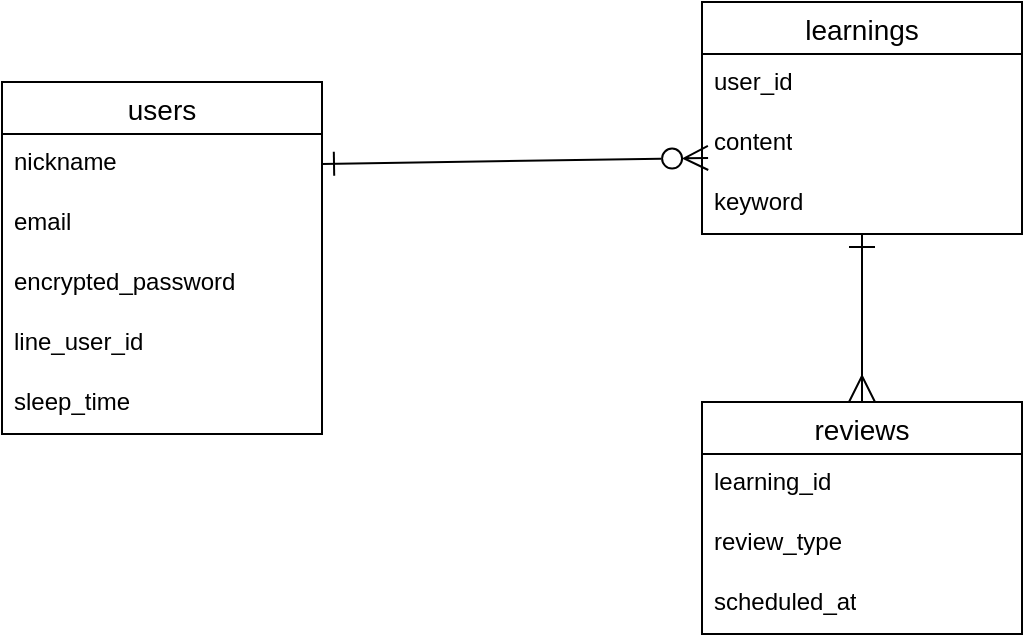
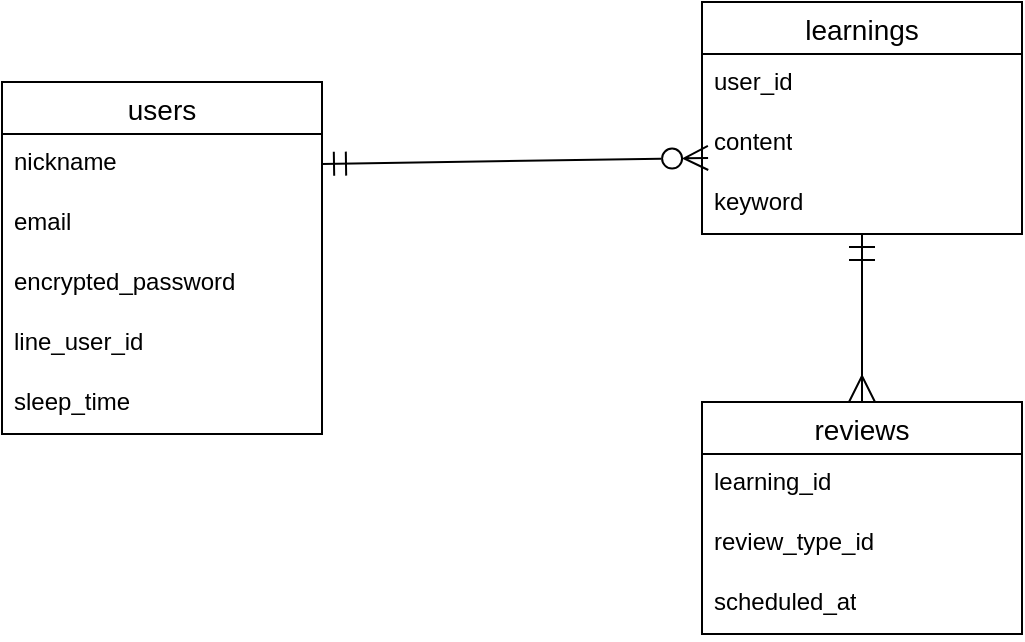
<mxfile host="65bd71144e">
    <diagram id="5Cexje9QoT6ilbC57t8d" name="ページ1">
-         <mxGraphModel dx="936" dy="310" grid="1" gridSize="10" guides="1" tooltips="1" connect="1" arrows="1" fold="1" page="1" pageScale="1" pageWidth="827" pageHeight="1169" math="0" shadow="0">
+         <mxGraphModel dx="258" dy="310" grid="1" gridSize="10" guides="1" tooltips="1" connect="1" arrows="1" fold="1" page="1" pageScale="1" pageWidth="827" pageHeight="1169" math="0" shadow="0">
            <root>
                <mxCell id="0"/>
                <mxCell id="1" parent="0"/>
                <mxCell id="2" value="users" style="swimlane;fontStyle=0;childLayout=stackLayout;horizontal=1;startSize=26;horizontalStack=0;resizeParent=1;resizeParentMax=0;resizeLast=0;collapsible=1;marginBottom=0;align=center;fontSize=14;" parent="1" vertex="1">
                    <mxGeometry x="40" y="160" width="160" height="176" as="geometry"/>
                </mxCell>
                <mxCell id="3" value="nickname" style="text;strokeColor=none;fillColor=none;spacingLeft=4;spacingRight=4;overflow=hidden;rotatable=0;points=[[0,0.5],[1,0.5]];portConstraint=eastwest;fontSize=12;whiteSpace=wrap;html=1;" parent="2" vertex="1">
                    <mxGeometry y="26" width="160" height="30" as="geometry"/>
                </mxCell>
                <mxCell id="4" value="email" style="text;strokeColor=none;fillColor=none;spacingLeft=4;spacingRight=4;overflow=hidden;rotatable=0;points=[[0,0.5],[1,0.5]];portConstraint=eastwest;fontSize=12;whiteSpace=wrap;html=1;" parent="2" vertex="1">
                    <mxGeometry y="56" width="160" height="30" as="geometry"/>
                </mxCell>
                <mxCell id="5" value="encrypted_password" style="text;strokeColor=none;fillColor=none;spacingLeft=4;spacingRight=4;overflow=hidden;rotatable=0;points=[[0,0.5],[1,0.5]];portConstraint=eastwest;fontSize=12;whiteSpace=wrap;html=1;" parent="2" vertex="1">
                    <mxGeometry y="86" width="160" height="30" as="geometry"/>
                </mxCell>
                <mxCell id="6" value="line_user_id" style="text;strokeColor=none;fillColor=none;spacingLeft=4;spacingRight=4;overflow=hidden;rotatable=0;points=[[0,0.5],[1,0.5]];portConstraint=eastwest;fontSize=12;whiteSpace=wrap;html=1;" parent="2" vertex="1">
                    <mxGeometry y="116" width="160" height="30" as="geometry"/>
                </mxCell>
                <mxCell id="7" value="sleep_time" style="text;strokeColor=none;fillColor=none;spacingLeft=4;spacingRight=4;overflow=hidden;rotatable=0;points=[[0,0.5],[1,0.5]];portConstraint=eastwest;fontSize=12;whiteSpace=wrap;html=1;" parent="2" vertex="1">
                    <mxGeometry y="146" width="160" height="30" as="geometry"/>
                </mxCell>
-                 <mxCell id="22" style="edgeStyle=none;html=1;endArrow=ERmany;endFill=0;startArrow=ERone;startFill=0;startSize=11;endSize=11;" parent="1" source="8" target="16" edge="1">
+                 <mxCell id="22" style="edgeStyle=none;html=1;endArrow=ERmany;endFill=0;startArrow=ERmandOne;startFill=0;startSize=11;endSize=11;" parent="1" source="8" target="16" edge="1">
                    <mxGeometry relative="1" as="geometry"/>
                </mxCell>
                <mxCell id="8" value="learnings" style="swimlane;fontStyle=0;childLayout=stackLayout;horizontal=1;startSize=26;horizontalStack=0;resizeParent=1;resizeParentMax=0;resizeLast=0;collapsible=1;marginBottom=0;align=center;fontSize=14;" parent="1" vertex="1">
                    <mxGeometry x="390" y="120" width="160" height="116" as="geometry"/>
                </mxCell>
                <mxCell id="10" value="user_id" style="text;strokeColor=none;fillColor=none;spacingLeft=4;spacingRight=4;overflow=hidden;rotatable=0;points=[[0,0.5],[1,0.5]];portConstraint=eastwest;fontSize=12;whiteSpace=wrap;html=1;" parent="8" vertex="1">
                    <mxGeometry y="26" width="160" height="30" as="geometry"/>
                </mxCell>
                <mxCell id="11" value="content" style="text;strokeColor=none;fillColor=none;spacingLeft=4;spacingRight=4;overflow=hidden;rotatable=0;points=[[0,0.5],[1,0.5]];portConstraint=eastwest;fontSize=12;whiteSpace=wrap;html=1;" parent="8" vertex="1">
                    <mxGeometry y="56" width="160" height="30" as="geometry"/>
                </mxCell>
                <mxCell id="15" value="keyword" style="text;strokeColor=none;fillColor=none;spacingLeft=4;spacingRight=4;overflow=hidden;rotatable=0;points=[[0,0.5],[1,0.5]];portConstraint=eastwest;fontSize=12;whiteSpace=wrap;html=1;" parent="8" vertex="1">
                    <mxGeometry y="86" width="160" height="30" as="geometry"/>
                </mxCell>
                <mxCell id="16" value="reviews" style="swimlane;fontStyle=0;childLayout=stackLayout;horizontal=1;startSize=26;horizontalStack=0;resizeParent=1;resizeParentMax=0;resizeLast=0;collapsible=1;marginBottom=0;align=center;fontSize=14;" parent="1" vertex="1">
                    <mxGeometry x="390" y="320" width="160" height="116" as="geometry"/>
                </mxCell>
                <mxCell id="17" value="learning_id&lt;div&gt;&lt;br&gt;&lt;/div&gt;" style="text;strokeColor=none;fillColor=none;spacingLeft=4;spacingRight=4;overflow=hidden;rotatable=0;points=[[0,0.5],[1,0.5]];portConstraint=eastwest;fontSize=12;whiteSpace=wrap;html=1;" parent="16" vertex="1">
                    <mxGeometry y="26" width="160" height="30" as="geometry"/>
                </mxCell>
-                 <mxCell id="18" value="review_type" style="text;strokeColor=none;fillColor=none;spacingLeft=4;spacingRight=4;overflow=hidden;rotatable=0;points=[[0,0.5],[1,0.5]];portConstraint=eastwest;fontSize=12;whiteSpace=wrap;html=1;" parent="16" vertex="1">
+                 <mxCell id="18" value="review_type_id" style="text;strokeColor=none;fillColor=none;spacingLeft=4;spacingRight=4;overflow=hidden;rotatable=0;points=[[0,0.5],[1,0.5]];portConstraint=eastwest;fontSize=12;whiteSpace=wrap;html=1;" parent="16" vertex="1">
                    <mxGeometry y="56" width="160" height="30" as="geometry"/>
                </mxCell>
                <mxCell id="19" value="scheduled_at" style="text;strokeColor=none;fillColor=none;spacingLeft=4;spacingRight=4;overflow=hidden;rotatable=0;points=[[0,0.5],[1,0.5]];portConstraint=eastwest;fontSize=12;whiteSpace=wrap;html=1;" parent="16" vertex="1">
                    <mxGeometry y="86" width="160" height="30" as="geometry"/>
                </mxCell>
-                 <mxCell id="21" style="edgeStyle=none;html=1;exitX=1;exitY=0.5;exitDx=0;exitDy=0;entryX=0.019;entryY=0.733;entryDx=0;entryDy=0;entryPerimeter=0;strokeWidth=1;endSize=10;startSize=10;endArrow=ERzeroToMany;endFill=0;startArrow=ERone;startFill=0;" parent="1" source="3" target="11" edge="1">
+                 <mxCell id="21" style="edgeStyle=none;html=1;exitX=1;exitY=0.5;exitDx=0;exitDy=0;entryX=0.019;entryY=0.733;entryDx=0;entryDy=0;entryPerimeter=0;strokeWidth=1;endSize=10;startSize=10;endArrow=ERzeroToMany;endFill=0;startArrow=ERmandOne;startFill=0;" parent="1" source="3" target="11" edge="1">
                    <mxGeometry relative="1" as="geometry"/>
                </mxCell>
            </root>
        </mxGraphModel>
    </diagram>
</mxfile>